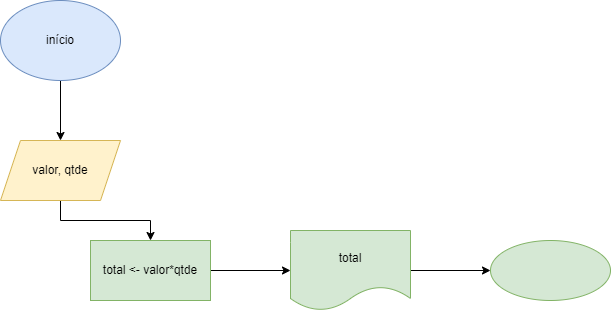
The draw.io diagram aula_fluxograma/calculopeca.drawio.png in projetojuliaraujo/aulasalgoritmo2022, before a commit. Source tidied: cells renumbered, new cells last; positions are measured from the earlier drawing's top-left corner, leaving out a move shared by most shapes.
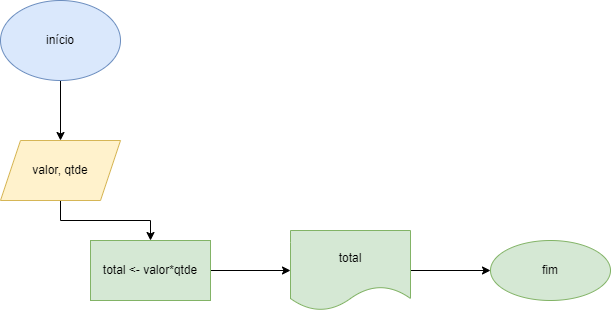
After the commit.

The edit, as a diff of the source:
```diff
@@ -26,7 +26,7 @@
     <mxCell id="9" value="total" style="shape=document;whiteSpace=wrap;html=1;boundedLbl=1;fillColor=#d5e8d4;strokeColor=#82b366;" parent="1" vertex="1">
       <mxGeometry x="290" y="230" width="120" height="80" as="geometry" />
     </mxCell>
-    <mxCell id="10" style="ellipse;whiteSpace=wrap;html=1;fillColor=#d5e8d4;strokeColor=#82b366;" parent="1" vertex="1">
+    <mxCell id="10" value="fim" style="ellipse;whiteSpace=wrap;html=1;fillColor=#d5e8d4;strokeColor=#82b366;" parent="1" vertex="1">
       <mxGeometry x="490" y="240" width="120" height="60" as="geometry" />
     </mxCell>
   </root>
```
